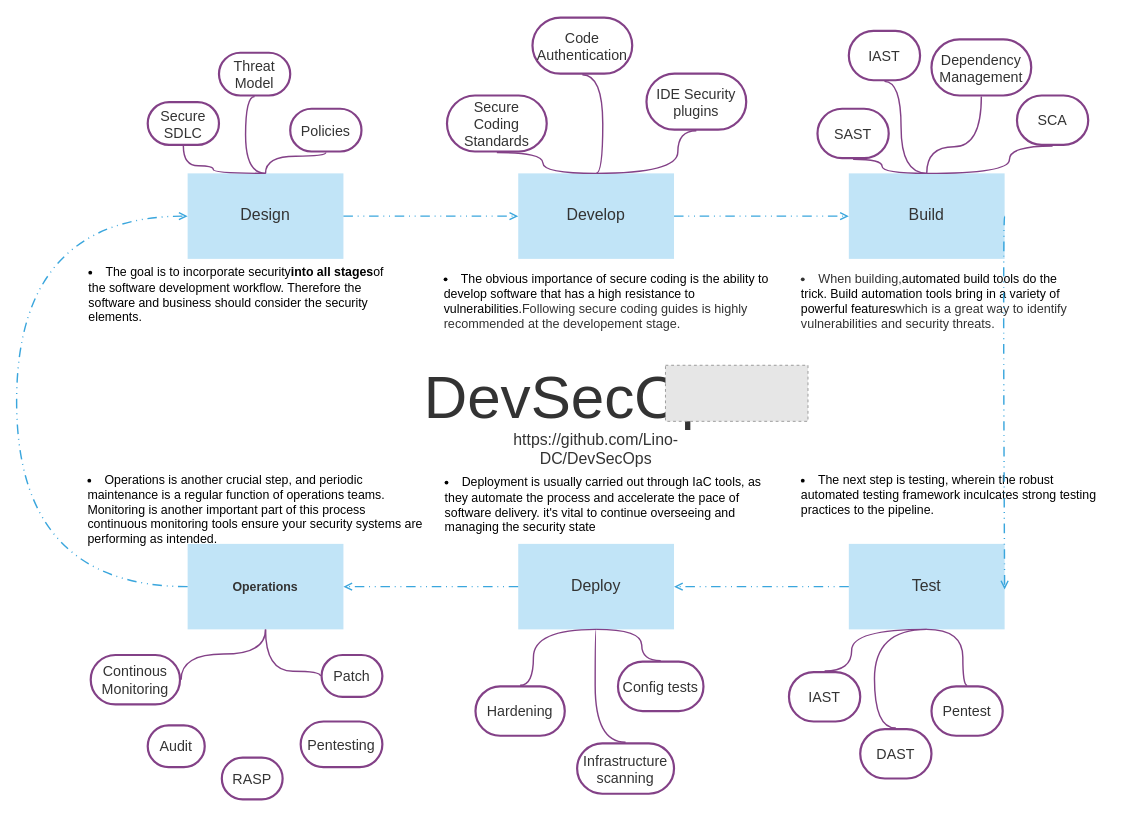
This is Untitled Diagram.drawio from Lino-DC/DevSecOps, a draw.io file, before an edit. Source tidied: cells renumbered, new cells numbered last; positions are measured from the earlier drawing's top-left corner, leaving out a move shared by most shapes. Both pictures are drawn from the tidied source at 95%, with x=0, y=0 at pixel (16, 17). Pictures stored in the file or linked from it are replaced by grey dashed boxes.
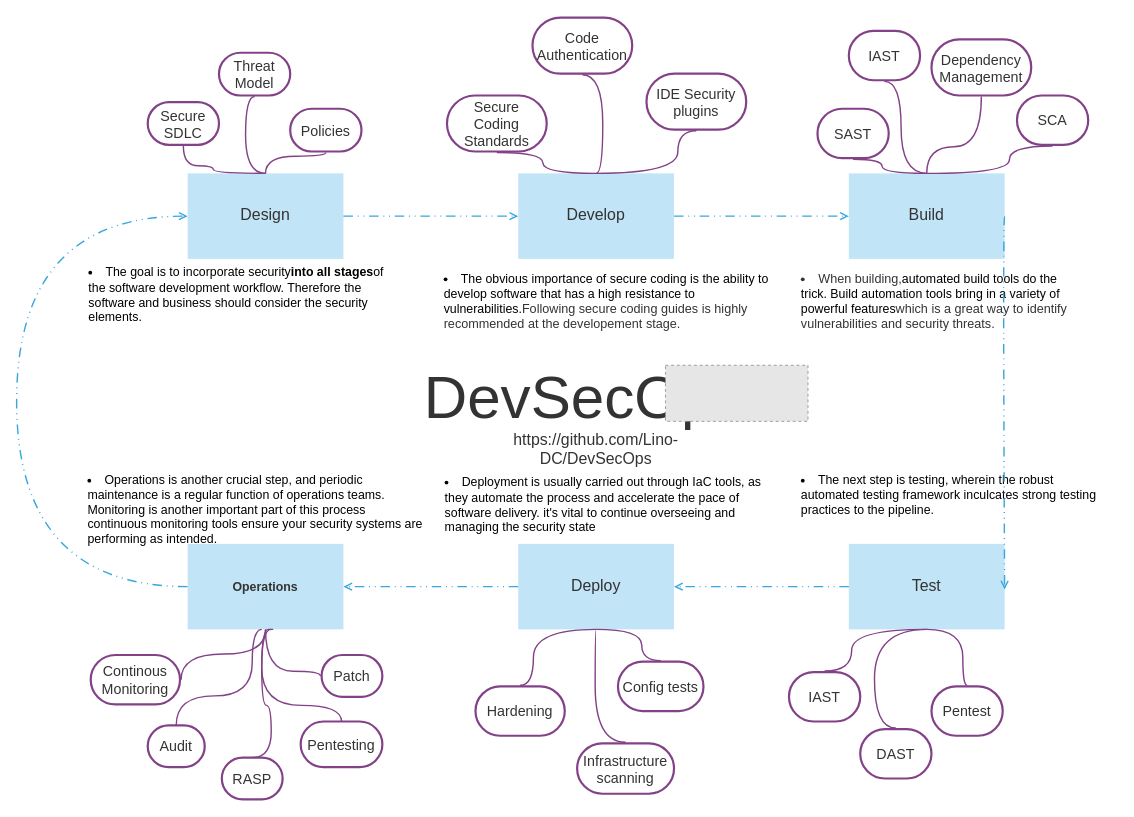
The same diagram, later.

The change refers to these unchanged cells:
```xml
<mxCell id="11" value="Operations" style="html=1;overflow=block;blockSpacing=1;whiteSpace=wrap;fontSize=13;fontFamily=Kirsty;fontColor=#333333;fontStyle=1;spacing=3.8;verticalAlign=middle;strokeColor=none;strokeOpacity=100;fillColor=#C1E4F7;strokeWidth=0;" parent="1" vertex="1">
  <mxGeometry x="180" y="554" width="164" height="90" as="geometry" />
</mxCell>
<mxCell id="55" value="Continous Monitoring" style="html=1;overflow=block;blockSpacing=1;whiteSpace=wrap;rounded=1;arcSize=50;fontSize=15;fontFamily=Kirsty;fontColor=#333333;spacing=3.8;strokeColor=#834187;strokeOpacity=100;strokeWidth=2.3;" parent="1" vertex="1">
  <mxGeometry x="78" y="671" width="94" height="52" as="geometry" />
</mxCell>
<mxCell id="56" value="Audit" style="html=1;overflow=block;blockSpacing=1;whiteSpace=wrap;rounded=1;arcSize=50;fontSize=15;fontFamily=Kirsty;fontColor=#333333;spacing=3.8;strokeColor=#834187;strokeOpacity=100;strokeWidth=2.3;" parent="1" vertex="1">
  <mxGeometry x="138" y="745" width="60" height="44" as="geometry" />
</mxCell>
<mxCell id="57" value="RASP" style="html=1;overflow=block;blockSpacing=1;whiteSpace=wrap;rounded=1;arcSize=50;fontSize=15;fontFamily=Kirsty;fontColor=#333333;spacing=3.8;strokeColor=#834187;strokeOpacity=100;strokeWidth=2.3;" parent="1" vertex="1">
  <mxGeometry x="216" y="779" width="64" height="44" as="geometry" />
</mxCell>
<mxCell id="58" value="Pentesting" style="html=1;overflow=block;blockSpacing=1;whiteSpace=wrap;rounded=1;arcSize=50;fontSize=15;fontFamily=Kirsty;fontColor=#333333;spacing=3.8;strokeColor=#834187;strokeOpacity=100;strokeWidth=2.3;" parent="1" vertex="1">
  <mxGeometry x="299" y="741" width="86" height="48" as="geometry" />
</mxCell>
```

Change to the diagram source:
```diff
@@
     <mxCell id="60" style="html=1;jettySize=18;whiteSpace=wrap;fontSize=13;strokeColor=#834187;strokeOpacity=100;strokeWidth=1.5;rounded=1;arcSize=12;edgeStyle=orthogonalEdgeStyle;curved=1;startArrow=none;endArrow=none;exitX=0.5;exitY=1;exitPerimeter=0;entryX=1.012;entryY=0.5;entryPerimeter=0;" parent="1" edge="1" source="11" target="55">
       <mxGeometry relative="1" as="geometry">
         <Array as="points">
-          <mxPoint x="262" y="644" />
-          <mxPoint x="205" y="670" />
-          <mxPoint x="173" y="696" />
+          <mxPoint x="262" y="670" />
+          <mxPoint x="173" y="670" />
         </Array>
       </mxGeometry>
     </mxCell>
@@
+    <mxCell id="62" style="html=1;jettySize=18;whiteSpace=wrap;fontSize=13;strokeColor=#834187;strokeOpacity=100;strokeWidth=1.5;rounded=1;arcSize=12;edgeStyle=orthogonalEdgeStyle;curved=1;startArrow=none;endArrow=none;entryX=0.5;entryY=0;entryDx=0;entryDy=0;" parent="1" edge="1" target="56">
+      <mxGeometry relative="1" as="geometry">
+        <mxPoint x="258" y="644" as="sourcePoint" />
+        <Array as="points">
+          <mxPoint x="248" y="644" />
+          <mxPoint x="248" y="714" />
+          <mxPoint x="168" y="714" />
+        </Array>
+      </mxGeometry>
+    </mxCell>
+    <mxCell id="63" style="html=1;jettySize=18;whiteSpace=wrap;fontSize=13;strokeColor=#834187;strokeOpacity=100;strokeWidth=1.5;rounded=1;arcSize=12;edgeStyle=orthogonalEdgeStyle;curved=1;startArrow=none;endArrow=none;entryX=0.5;entryY=0;entryDx=0;entryDy=0;" parent="1" edge="1" target="58">
+      <mxGeometry relative="1" as="geometry">
+        <mxPoint x="268" y="644" as="sourcePoint" />
+        <Array as="points">
+          <mxPoint x="272" y="644" />
+          <mxPoint x="258" y="644" />
+          <mxPoint x="258" y="724" />
+          <mxPoint x="342" y="724" />
+        </Array>
+      </mxGeometry>
+    </mxCell>
+    <mxCell id="64" style="html=1;jettySize=18;whiteSpace=wrap;fontSize=13;strokeColor=#834187;strokeOpacity=100;strokeWidth=1.5;rounded=1;arcSize=12;edgeStyle=orthogonalEdgeStyle;curved=1;startArrow=none;endArrow=none;entryX=0.5;entryY=0;entryDx=0;entryDy=0;" parent="1" edge="1" target="57">
+      <mxGeometry relative="1" as="geometry">
+        <mxPoint x="268" y="644" as="sourcePoint" />
+        <Array as="points">
+          <mxPoint x="258" y="644" />
+          <mxPoint x="258" y="724" />
+          <mxPoint x="268" y="724" />
+          <mxPoint x="268" y="779" />
+        </Array>
+      </mxGeometry>
+    </mxCell>
```
